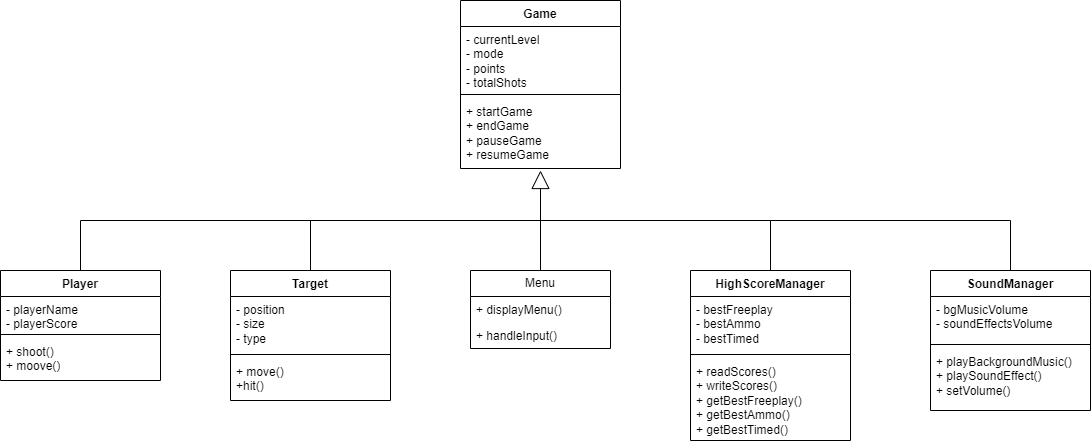
This is UML/Class.png from Fridrif27/duck-hunt, a draw.io export, as it was before one commit. Source tidied: cells renumbered, new cells last; positions are measured from the earlier drawing's top-left corner, leaving out a move shared by most shapes.
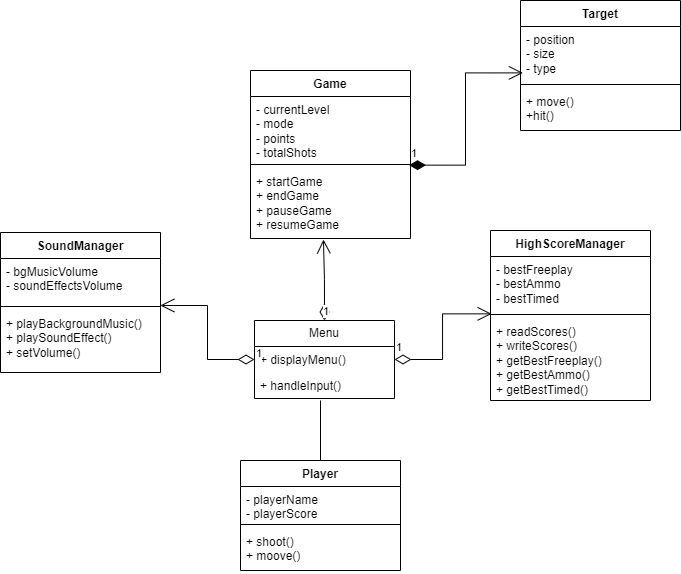
The same diagram one commit later.

Diff of the diagram source:
```diff
@@ -15,7 +15,7 @@
       <mxGeometry y="98" width="160" height="70" as="geometry" />
     </mxCell>
     <mxCell id="6" value="Menu" style="swimlane;fontStyle=0;horizontal=1;startSize=26;fillColor=none;whiteSpace=wrap;html=1;" parent="1" vertex="1">
-      <mxGeometry x="470" y="270" width="140" height="78" as="geometry" />
+      <mxGeometry x="464" y="250" width="140" height="78" as="geometry" />
     </mxCell>
     <mxCell id="7" value="+ displayMenu()" style="text;strokeColor=none;fillColor=none;align=left;verticalAlign=top;spacingLeft=4;spacingRight=4;overflow=hidden;points=[[0,0.5],[1,0.5]];portConstraint=eastwest;whiteSpace=wrap;html=1;" parent="6" vertex="1">
       <mxGeometry y="26" width="140" height="26" as="geometry" />
@@ -24,7 +24,7 @@
       <mxGeometry y="52" width="140" height="26" as="geometry" />
     </mxCell>
     <mxCell id="9" value="Player" style="swimlane;fontStyle=1;align=center;verticalAlign=top;horizontal=1;startSize=26;whiteSpace=wrap;html=1;" parent="1" vertex="1">
-      <mxGeometry y="270" width="160" height="110" as="geometry" />
+      <mxGeometry x="450" y="390" width="160" height="110" as="geometry" />
     </mxCell>
     <mxCell id="10" value="- playerName&lt;br&gt;- playerScore" style="text;strokeColor=none;fillColor=none;align=left;verticalAlign=top;spacingLeft=4;spacingRight=4;overflow=hidden;whiteSpace=wrap;html=1;" parent="9" vertex="1">
       <mxGeometry y="26" width="160" height="34" as="geometry" />
@@ -36,7 +36,7 @@
       <mxGeometry y="68" width="160" height="42" as="geometry" />
     </mxCell>
     <mxCell id="13" value="Target" style="swimlane;fontStyle=1;align=center;verticalAlign=top;horizontal=1;startSize=26;whiteSpace=wrap;html=1;" parent="1" vertex="1">
-      <mxGeometry x="230" y="270" width="160" height="130" as="geometry" />
+      <mxGeometry x="730" y="-70" width="160" height="130" as="geometry" />
     </mxCell>
     <mxCell id="14" value="- position&lt;br&gt;- size&lt;br&gt;- type" style="text;strokeColor=none;fillColor=none;align=left;verticalAlign=top;spacingLeft=4;spacingRight=4;overflow=hidden;points=[[0,0.5],[1,0.5]];portConstraint=eastwest;whiteSpace=wrap;html=1;" parent="13" vertex="1">
       <mxGeometry y="26" width="160" height="54" as="geometry" />
@@ -48,7 +48,7 @@
       <mxGeometry y="88" width="160" height="42" as="geometry" />
     </mxCell>
     <mxCell id="17" value="HighScoreManager" style="swimlane;fontStyle=1;align=center;verticalAlign=top;horizontal=1;startSize=26;whiteSpace=wrap;html=1;" parent="1" vertex="1">
-      <mxGeometry x="690" y="270" width="160" height="170" as="geometry" />
+      <mxGeometry x="700" y="160" width="160" height="170" as="geometry" />
     </mxCell>
     <mxCell id="18" value="- bestFreeplay&lt;br&gt;- bestAmmo&lt;br&gt;- bestTimed" style="text;strokeColor=none;fillColor=none;align=left;verticalAlign=top;spacingLeft=4;spacingRight=4;overflow=hidden;points=[[0,0.5],[1,0.5]];portConstraint=eastwest;whiteSpace=wrap;html=1;" parent="17" vertex="1">
       <mxGeometry y="26" width="160" height="54" as="geometry" />
@@ -60,7 +60,7 @@
       <mxGeometry y="88" width="160" height="82" as="geometry" />
     </mxCell>
     <mxCell id="21" value="SoundManager" style="swimlane;fontStyle=1;align=center;verticalAlign=top;horizontal=1;startSize=26;whiteSpace=wrap;html=1;" parent="1" vertex="1">
-      <mxGeometry x="930" y="270" width="160" height="140" as="geometry" />
+      <mxGeometry x="210" y="162" width="160" height="140" as="geometry" />
     </mxCell>
     <mxCell id="22" value="- bgMusicVolume&lt;br&gt;- soundEffectsVolume" style="text;strokeColor=none;fillColor=none;align=left;verticalAlign=top;spacingLeft=4;spacingRight=4;overflow=hidden;points=[[0,0.5],[1,0.5]];portConstraint=eastwest;whiteSpace=wrap;html=1;" parent="21" vertex="1">
       <mxGeometry y="26" width="160" height="44" as="geometry" />
@@ -71,37 +71,22 @@
     <mxCell id="24" value="+ playBackgroundMusic()&lt;br&gt;+ playSoundEffect()&lt;br&gt;+ setVolume()" style="text;strokeColor=none;fillColor=none;align=left;verticalAlign=top;spacingLeft=4;spacingRight=4;overflow=hidden;whiteSpace=wrap;html=1;" parent="21" vertex="1">
       <mxGeometry y="78" width="160" height="62" as="geometry" />
     </mxCell>
-    <mxCell id="25" style="endArrow=block;endSize=16;endFill=0;html=1;rounded=0;exitX=0.5;exitY=0;exitDx=0;exitDy=0;" parent="1" edge="1" source="6">
-      <mxGeometry relative="1" as="geometry">
-        <mxPoint x="540" y="170" as="targetPoint" />
-      </mxGeometry>
-    </mxCell>
-    <mxCell id="26" style="endArrow=none;html=1;rounded=0;exitX=0.5;exitY=0;exitDx=0;exitDy=0;" parent="1" edge="1" source="9">
-      <mxGeometry relative="1" as="geometry">
-        <mxPoint x="540" y="220" as="targetPoint" />
-        <Array as="points">
-          <mxPoint x="80" y="220" />
-        </Array>
-      </mxGeometry>
-    </mxCell>
-    <mxCell id="27" style="endArrow=none;html=1;rounded=0;exitX=0.5;exitY=0;exitDx=0;exitDy=0;" parent="1" edge="1" source="13">
-      <mxGeometry relative="1" as="geometry">
-        <mxPoint x="310" y="220" as="targetPoint" />
-      </mxGeometry>
-    </mxCell>
-    <mxCell id="28" style="endArrow=none;html=1;rounded=0;entryX=0.5;entryY=0;entryDx=0;entryDy=0;" parent="1" edge="1" target="21">
-      <mxGeometry relative="1" as="geometry">
-        <mxPoint x="540" y="220" as="sourcePoint" />
-        <Array as="points">
-          <mxPoint x="770" y="220" />
-          <mxPoint x="1010" y="220" />
-        </Array>
-      </mxGeometry>
-    </mxCell>
-    <mxCell id="29" style="endArrow=none;html=1;rounded=0;exitX=0.5;exitY=0;exitDx=0;exitDy=0;" parent="1" edge="1" source="17">
-      <mxGeometry relative="1" as="geometry">
-        <mxPoint x="770" y="220" as="targetPoint" />
-      </mxGeometry>
-    </mxCell>
+    <mxCell id="30" value="1" style="endArrow=open;html=1;endSize=12;startArrow=diamondThin;startSize=14;startFill=1;edgeStyle=orthogonalEdgeStyle;align=left;verticalAlign=bottom;rounded=0;exitX=0.991;exitY=-0.048;exitDx=0;exitDy=0;exitPerimeter=0;entryX=0.015;entryY=0.859;entryDx=0;entryDy=0;entryPerimeter=0;" parent="1" edge="1" source="5" target="14">
+      <mxGeometry x="-1" y="3" relative="1" as="geometry" />
+    </mxCell>
+    <mxCell id="31" value="1" style="endArrow=open;html=1;endSize=12;startArrow=diamondThin;startSize=14;startFill=0;edgeStyle=orthogonalEdgeStyle;align=left;verticalAlign=bottom;rounded=0;entryX=0.456;entryY=1.014;entryDx=0;entryDy=0;entryPerimeter=0;exitX=0.5;exitY=0;exitDx=0;exitDy=0;" parent="1" edge="1" source="6" target="5">
+      <mxGeometry x="-1" y="3" relative="1" as="geometry" />
+    </mxCell>
+    <mxCell id="32" style="endArrow=none;html=1;rounded=0;exitX=0.5;exitY=0;exitDx=0;exitDy=0;" parent="1" edge="1" source="9">
+      <mxGeometry relative="1" as="geometry">
+        <mxPoint x="530" y="330" as="targetPoint" />
+      </mxGeometry>
+    </mxCell>
+    <mxCell id="33" value="1" style="endArrow=open;html=1;endSize=12;startArrow=diamondThin;startSize=14;startFill=0;edgeStyle=orthogonalEdgeStyle;align=left;verticalAlign=bottom;rounded=0;entryX=0.999;entryY=1.068;entryDx=0;entryDy=0;entryPerimeter=0;exitX=0;exitY=0.5;exitDx=0;exitDy=0;" parent="1" edge="1" source="7" target="22">
+      <mxGeometry x="-1" y="3" relative="1" as="geometry" />
+    </mxCell>
+    <mxCell id="34" value="1" style="endArrow=open;html=1;endSize=12;startArrow=diamondThin;startSize=14;startFill=0;edgeStyle=orthogonalEdgeStyle;align=left;verticalAlign=bottom;rounded=0;entryX=0.007;entryY=1.062;entryDx=0;entryDy=0;entryPerimeter=0;exitX=1;exitY=0.5;exitDx=0;exitDy=0;" parent="1" edge="1" source="7" target="18">
+      <mxGeometry x="-1" y="3" relative="1" as="geometry" />
+    </mxCell>
   </root>
 </mxGraphModel>
```
